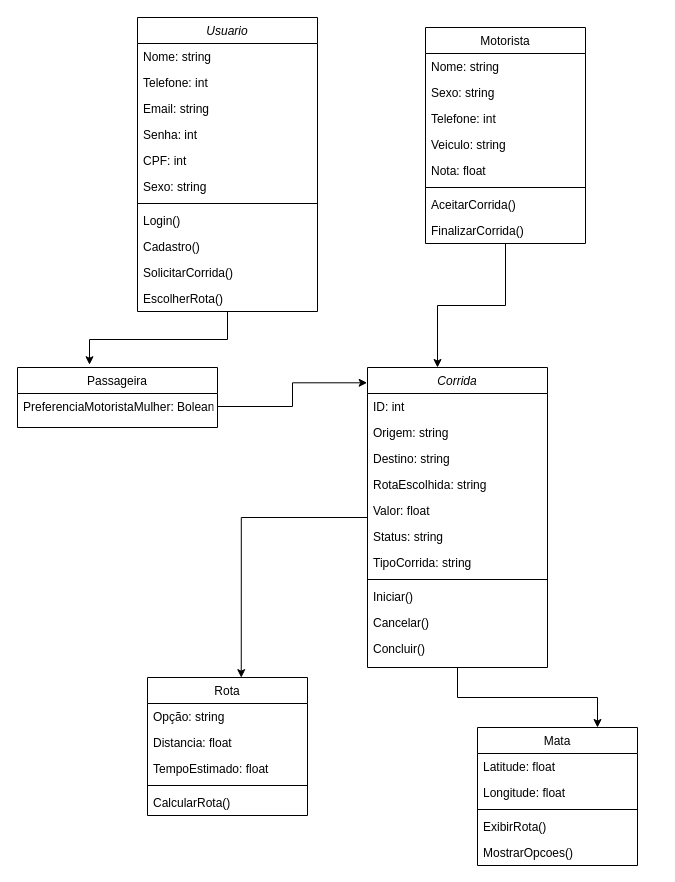
Above: documentos/Entrega 1/POO e Estrutura de Dados/DiagramUber.drawio in 2025-1-NCC3/Projeto10 (draw.io), before the change. Source tidied: cells renumbered, new cells numbered last; positions are measured from the earlier drawing's top-left corner, leaving out a move shared by most shapes. Both pictures are drawn from the tidied source at 100%, with x=0, y=0 at pixel (17, 17).
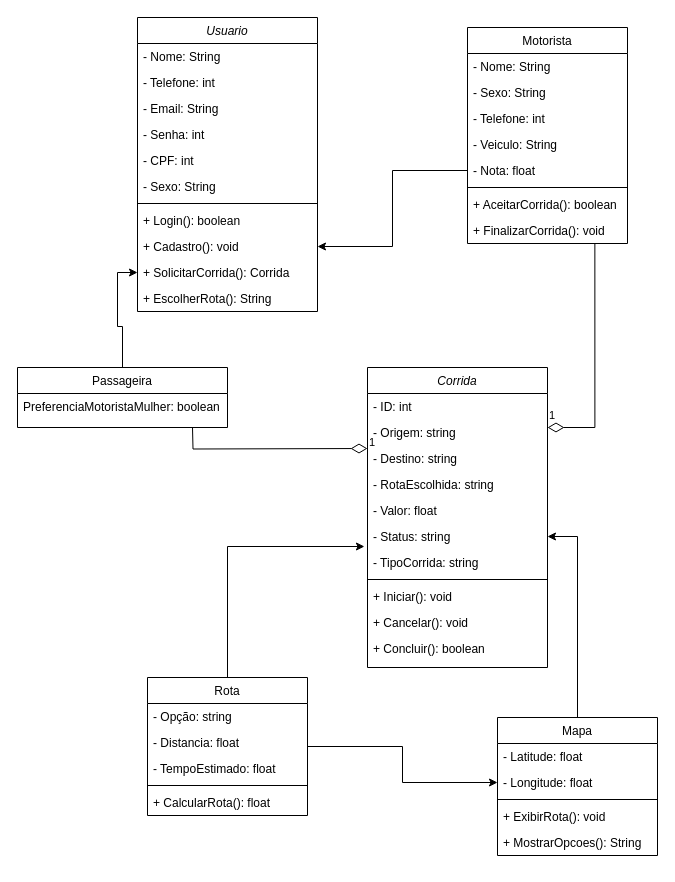
The same diagram, later.

Unchanged cells that the change refers to:
```xml
<mxCell id="2" value="Usuario" style="swimlane;fontStyle=2;align=center;verticalAlign=top;horizontal=1;startSize=26;rounded=0;shadow=0;strokeWidth=1;" parent="1" vertex="1">
  <mxGeometry x="120" width="180" height="294" as="geometry" />
</mxCell>
<mxCell id="16" value="Rota" style="swimlane;fontStyle=0;align=center;verticalAlign=top;horizontal=1;startSize=26;rounded=0;shadow=0;strokeWidth=1;" parent="1" vertex="1">
  <mxGeometry x="130" y="660" width="160" height="138" as="geometry" />
</mxCell>
<mxCell id="33" value="Corrida" style="swimlane;fontStyle=2;align=center;verticalAlign=top;horizontal=1;startSize=26;rounded=0;shadow=0;strokeWidth=1;" parent="1" vertex="1">
  <mxGeometry x="350" y="350" width="180" height="300" as="geometry" />
</mxCell>
```

The edit, as a diff of the source:
```diff
@@
-    <mxCell id="3" value="Nome: string" style="text;align=left;verticalAlign=top;spacingLeft=4;spacingRight=4;overflow=hidden;" parent="2" vertex="1">
+    <mxCell id="3" value="- Nome: String" style="text;align=left;verticalAlign=top;spacingLeft=4;spacingRight=4;overflow=hidden;" parent="2" vertex="1">
       <mxGeometry y="26" width="180" height="26" as="geometry" />
     </mxCell>
-    <mxCell id="4" value="Telefone: int" style="text;align=left;verticalAlign=top;spacingLeft=4;spacingRight=4;overflow=hidden;rounded=0;shadow=0;html=0;" parent="2" vertex="1">
+    <mxCell id="4" value="- Telefone: int" style="text;align=left;verticalAlign=top;spacingLeft=4;spacingRight=4;overflow=hidden;rounded=0;shadow=0;html=0;" parent="2" vertex="1">
       <mxGeometry y="52" width="180" height="26" as="geometry" />
     </mxCell>
-    <mxCell id="5" value="Email: string" style="text;align=left;verticalAlign=top;spacingLeft=4;spacingRight=4;overflow=hidden;rounded=0;shadow=0;html=0;" parent="2" vertex="1">
+    <mxCell id="5" value="- Email: String" style="text;align=left;verticalAlign=top;spacingLeft=4;spacingRight=4;overflow=hidden;rounded=0;shadow=0;html=0;" parent="2" vertex="1">
       <mxGeometry y="78" width="180" height="26" as="geometry" />
     </mxCell>
-    <mxCell id="6" value="Senha: int" style="text;align=left;verticalAlign=top;spacingLeft=4;spacingRight=4;overflow=hidden;" parent="2" vertex="1">
+    <mxCell id="6" value="- Senha: int" style="text;align=left;verticalAlign=top;spacingLeft=4;spacingRight=4;overflow=hidden;" parent="2" vertex="1">
       <mxGeometry y="104" width="180" height="26" as="geometry" />
     </mxCell>
-    <mxCell id="7" value="CPF: int" style="text;align=left;verticalAlign=top;spacingLeft=4;spacingRight=4;overflow=hidden;" parent="2" vertex="1">
+    <mxCell id="7" value="- CPF: int" style="text;align=left;verticalAlign=top;spacingLeft=4;spacingRight=4;overflow=hidden;" parent="2" vertex="1">
       <mxGeometry y="130" width="180" height="26" as="geometry" />
     </mxCell>
-    <mxCell id="8" value="Sexo: string" style="text;align=left;verticalAlign=top;spacingLeft=4;spacingRight=4;overflow=hidden;" parent="2" vertex="1">
+    <mxCell id="8" value="- Sexo: String" style="text;align=left;verticalAlign=top;spacingLeft=4;spacingRight=4;overflow=hidden;" parent="2" vertex="1">
       <mxGeometry y="156" width="180" height="26" as="geometry" />
     </mxCell>
@@
-    <mxCell id="10" value="Login()" style="text;align=left;verticalAlign=top;spacingLeft=4;spacingRight=4;overflow=hidden;" parent="2" vertex="1">
+    <mxCell id="10" value="+ Login(): boolean" style="text;align=left;verticalAlign=top;spacingLeft=4;spacingRight=4;overflow=hidden;" parent="2" vertex="1">
       <mxGeometry y="190" width="180" height="26" as="geometry" />
     </mxCell>
-    <mxCell id="11" value="Cadastro()" style="text;align=left;verticalAlign=top;spacingLeft=4;spacingRight=4;overflow=hidden;points=[[0,0.5],[1,0.5]];portConstraint=eastwest;" parent="2" vertex="1">
+    <mxCell id="11" value="+ Cadastro(): void" style="text;align=left;verticalAlign=top;spacingLeft=4;spacingRight=4;overflow=hidden;points=[[0,0.5],[1,0.5]];portConstraint=eastwest;" parent="2" vertex="1">
       <mxGeometry y="216" width="180" height="26" as="geometry" />
     </mxCell>
-    <mxCell id="12" value="SolicitarCorrida()" style="text;align=left;verticalAlign=top;spacingLeft=4;spacingRight=4;overflow=hidden;points=[[0,0.5],[1,0.5]];portConstraint=eastwest;" parent="2" vertex="1">
+    <mxCell id="12" value="+ SolicitarCorrida(): Corrida" style="text;align=left;verticalAlign=top;spacingLeft=4;spacingRight=4;overflow=hidden;points=[[0,0.5],[1,0.5]];portConstraint=eastwest;" parent="2" vertex="1">
       <mxGeometry y="242" width="180" height="26" as="geometry" />
     </mxCell>
-    <mxCell id="13" value="EscolherRota()" style="text;align=left;verticalAlign=top;spacingLeft=4;spacingRight=4;overflow=hidden;" parent="2" vertex="1">
+    <mxCell id="13" value="+ EscolherRota(): String" style="text;align=left;verticalAlign=top;spacingLeft=4;spacingRight=4;overflow=hidden;" parent="2" vertex="1">
       <mxGeometry y="268" width="180" height="26" as="geometry" />
     </mxCell>
+    <mxCell id="54" style="edgeStyle=orthogonalEdgeStyle;rounded=0;jettySize=auto;html=1;entryX=0;entryY=0.5;entryDx=0;entryDy=0;" parent="1" edge="1" source="14" target="12">
+      <mxGeometry relative="1" as="geometry" />
+    </mxCell>
     <mxCell id="14" value="Passageira" style="swimlane;fontStyle=0;align=center;verticalAlign=top;horizontal=1;startSize=26;rounded=0;shadow=0;strokeWidth=1;" parent="1" vertex="1">
-      <mxGeometry y="350" width="200" height="60" as="geometry" />
+      <mxGeometry y="350" width="210" height="60" as="geometry" />
     </mxCell>
-    <mxCell id="15" value="PreferenciaMotoristaMulher: Bolean" style="text;align=left;verticalAlign=top;spacingLeft=4;spacingRight=4;overflow=hidden;points=[[0,0.5],[1,0.5]];portConstraint=eastwest;" parent="14" vertex="1">
-      <mxGeometry y="26" width="200" height="26" as="geometry" />
+    <mxCell id="15" value="PreferenciaMotoristaMulher: boolean" style="text;align=left;verticalAlign=top;spacingLeft=4;spacingRight=4;overflow=hidden;points=[[0,0.5],[1,0.5]];portConstraint=eastwest;" parent="14" vertex="1">
+      <mxGeometry y="26" width="210" height="26" as="geometry" />
     </mxCell>
+    <mxCell id="55" style="edgeStyle=orthogonalEdgeStyle;rounded=0;jettySize=auto;html=1;entryX=0;entryY=0.5;entryDx=0;entryDy=0;" parent="1" edge="1" source="16" target="50">
+      <mxGeometry relative="1" as="geometry" />
+    </mxCell>
@@
-    <mxCell id="17" value="Opção: string" style="text;align=left;verticalAlign=top;spacingLeft=4;spacingRight=4;overflow=hidden;" parent="16" vertex="1">
+    <mxCell id="17" value="- Opção: string" style="text;align=left;verticalAlign=top;spacingLeft=4;spacingRight=4;overflow=hidden;" parent="16" vertex="1">
       <mxGeometry y="26" width="160" height="26" as="geometry" />
     </mxCell>
-    <mxCell id="18" value="Distancia: float" style="text;align=left;verticalAlign=top;spacingLeft=4;spacingRight=4;overflow=hidden;" parent="16" vertex="1">
+    <mxCell id="18" value="- Distancia: float" style="text;align=left;verticalAlign=top;spacingLeft=4;spacingRight=4;overflow=hidden;" parent="16" vertex="1">
       <mxGeometry y="52" width="160" height="26" as="geometry" />
     </mxCell>
-    <mxCell id="19" value="TempoEstimado: float" style="text;align=left;verticalAlign=top;spacingLeft=4;spacingRight=4;overflow=hidden;" parent="16" vertex="1">
+    <mxCell id="19" value="- TempoEstimado: float" style="text;align=left;verticalAlign=top;spacingLeft=4;spacingRight=4;overflow=hidden;" parent="16" vertex="1">
       <mxGeometry y="78" width="160" height="26" as="geometry" />
     </mxCell>
@@
-    <mxCell id="21" value="CalcularRota()" style="text;align=left;verticalAlign=top;spacingLeft=4;spacingRight=4;overflow=hidden;" parent="16" vertex="1">
+    <mxCell id="21" value="+ CalcularRota(): float" style="text;align=left;verticalAlign=top;spacingLeft=4;spacingRight=4;overflow=hidden;" parent="16" vertex="1">
       <mxGeometry y="112" width="160" height="26" as="geometry" />
     </mxCell>
     <mxCell id="22" value="Motorista" style="swimlane;fontStyle=0;align=center;verticalAlign=top;horizontal=1;startSize=26;rounded=0;shadow=0;strokeWidth=1;" parent="1" vertex="1">
-      <mxGeometry x="408" y="10" width="160" height="216" as="geometry" />
+      <mxGeometry x="450" y="10" width="160" height="216" as="geometry" />
     </mxCell>
-    <mxCell id="23" value="Nome: string" style="text;align=left;verticalAlign=top;spacingLeft=4;spacingRight=4;overflow=hidden;" parent="22" vertex="1">
+    <mxCell id="23" value="- Nome: String" style="text;align=left;verticalAlign=top;spacingLeft=4;spacingRight=4;overflow=hidden;" parent="22" vertex="1">
       <mxGeometry y="26" width="160" height="26" as="geometry" />
     </mxCell>
-    <mxCell id="24" value="Sexo: string" style="text;align=left;verticalAlign=top;spacingLeft=4;spacingRight=4;overflow=hidden;rounded=0;shadow=0;html=0;" parent="22" vertex="1">
+    <mxCell id="24" value="- Sexo: String" style="text;align=left;verticalAlign=top;spacingLeft=4;spacingRight=4;overflow=hidden;rounded=0;shadow=0;html=0;" parent="22" vertex="1">
       <mxGeometry y="52" width="160" height="26" as="geometry" />
     </mxCell>
-    <mxCell id="25" value="Telefone: int" style="text;align=left;verticalAlign=top;spacingLeft=4;spacingRight=4;overflow=hidden;rounded=0;shadow=0;html=0;" parent="22" vertex="1">
+    <mxCell id="25" value="- Telefone: int" style="text;align=left;verticalAlign=top;spacingLeft=4;spacingRight=4;overflow=hidden;rounded=0;shadow=0;html=0;" parent="22" vertex="1">
       <mxGeometry y="78" width="160" height="26" as="geometry" />
     </mxCell>
-    <mxCell id="26" value="Veiculo: string" style="text;align=left;verticalAlign=top;spacingLeft=4;spacingRight=4;overflow=hidden;rounded=0;shadow=0;html=0;" parent="22" vertex="1">
+    <mxCell id="26" value="- Veiculo: String" style="text;align=left;verticalAlign=top;spacingLeft=4;spacingRight=4;overflow=hidden;rounded=0;shadow=0;html=0;" parent="22" vertex="1">
       <mxGeometry y="104" width="160" height="26" as="geometry" />
     </mxCell>
-    <mxCell id="27" value="Nota: float" style="text;align=left;verticalAlign=top;spacingLeft=4;spacingRight=4;overflow=hidden;points=[[0,0.5],[1,0.5]];portConstraint=eastwest;rounded=0;shadow=0;html=0;" parent="22" vertex="1">
+    <mxCell id="27" value="- Nota: float" style="text;align=left;verticalAlign=top;spacingLeft=4;spacingRight=4;overflow=hidden;points=[[0,0.5],[1,0.5]];portConstraint=eastwest;rounded=0;shadow=0;html=0;" parent="22" vertex="1">
       <mxGeometry y="130" width="160" height="26" as="geometry" />
     </mxCell>
@@
-    <mxCell id="29" value="AceitarCorrida()" style="text;align=left;verticalAlign=top;spacingLeft=4;spacingRight=4;overflow=hidden;" parent="22" vertex="1">
+    <mxCell id="29" value="+ AceitarCorrida(): boolean" style="text;align=left;verticalAlign=top;spacingLeft=4;spacingRight=4;overflow=hidden;" parent="22" vertex="1">
       <mxGeometry y="164" width="160" height="26" as="geometry" />
     </mxCell>
-    <mxCell id="30" value="FinalizarCorrida()" style="text;align=left;verticalAlign=top;spacingLeft=4;spacingRight=4;overflow=hidden;points=[[0,0.5],[1,0.5]];portConstraint=eastwest;" parent="22" vertex="1">
+    <mxCell id="30" value="+ FinalizarCorrida(): void" style="text;align=left;verticalAlign=top;spacingLeft=4;spacingRight=4;overflow=hidden;points=[[0,0.5],[1,0.5]];portConstraint=eastwest;" parent="22" vertex="1">
       <mxGeometry y="190" width="160" height="26" as="geometry" />
     </mxCell>
-    <mxCell id="31" style="edgeStyle=orthogonalEdgeStyle;rounded=0;jettySize=auto;html=1;entryX=0.36;entryY=-0.046;entryDx=0;entryDy=0;entryPerimeter=0;" parent="1" edge="1" source="2" target="14">
-      <mxGeometry relative="1" as="geometry" />
-    </mxCell>
-    <mxCell id="32" style="edgeStyle=orthogonalEdgeStyle;rounded=0;jettySize=auto;html=1;entryX=0.75;entryY=0;entryDx=0;entryDy=0;" parent="1" edge="1" source="33" target="48">
-      <mxGeometry relative="1" as="geometry" />
-    </mxCell>
@@
-    <mxCell id="34" value="ID: int" style="text;align=left;verticalAlign=top;spacingLeft=4;spacingRight=4;overflow=hidden;" parent="33" vertex="1">
+    <mxCell id="34" value="- ID: int" style="text;align=left;verticalAlign=top;spacingLeft=4;spacingRight=4;overflow=hidden;" parent="33" vertex="1">
       <mxGeometry y="26" width="180" height="26" as="geometry" />
     </mxCell>
-    <mxCell id="35" value="Origem: string" style="text;align=left;verticalAlign=top;spacingLeft=4;spacingRight=4;overflow=hidden;points=[[0,0.5],[1,0.5]];portConstraint=eastwest;rounded=0;shadow=0;html=0;" parent="33" vertex="1">
+    <mxCell id="35" value="- Origem: string" style="text;align=left;verticalAlign=top;spacingLeft=4;spacingRight=4;overflow=hidden;points=[[0,0.5],[1,0.5]];portConstraint=eastwest;rounded=0;shadow=0;html=0;" parent="33" vertex="1">
       <mxGeometry y="52" width="180" height="26" as="geometry" />
     </mxCell>
-    <mxCell id="36" value="Destino: string" style="text;align=left;verticalAlign=top;spacingLeft=4;spacingRight=4;overflow=hidden;rounded=0;shadow=0;html=0;" parent="33" vertex="1">
+    <mxCell id="36" value="- Destino: string" style="text;align=left;verticalAlign=top;spacingLeft=4;spacingRight=4;overflow=hidden;rounded=0;shadow=0;html=0;" parent="33" vertex="1">
       <mxGeometry y="78" width="180" height="26" as="geometry" />
     </mxCell>
-    <mxCell id="37" value="RotaEscolhida: string" style="text;align=left;verticalAlign=top;spacingLeft=4;spacingRight=4;overflow=hidden;" parent="33" vertex="1">
+    <mxCell id="37" value="- RotaEscolhida: string" style="text;align=left;verticalAlign=top;spacingLeft=4;spacingRight=4;overflow=hidden;" parent="33" vertex="1">
       <mxGeometry y="104" width="180" height="26" as="geometry" />
     </mxCell>
-    <mxCell id="38" value="Valor: float" style="text;align=left;verticalAlign=top;spacingLeft=4;spacingRight=4;overflow=hidden;" parent="33" vertex="1">
+    <mxCell id="38" value="- Valor: float" style="text;align=left;verticalAlign=top;spacingLeft=4;spacingRight=4;overflow=hidden;" parent="33" vertex="1">
       <mxGeometry y="130" width="180" height="26" as="geometry" />
     </mxCell>
-    <mxCell id="39" value="Status: string" style="text;align=left;verticalAlign=top;spacingLeft=4;spacingRight=4;overflow=hidden;points=[[0,0.5],[1,0.5]];portConstraint=eastwest;" parent="33" vertex="1">
+    <mxCell id="39" value="- Status: string" style="text;align=left;verticalAlign=top;spacingLeft=4;spacingRight=4;overflow=hidden;points=[[0,0.5],[1,0.5]];portConstraint=eastwest;" parent="33" vertex="1">
       <mxGeometry y="156" width="180" height="26" as="geometry" />
     </mxCell>
-    <mxCell id="40" value="TipoCorrida: string" style="text;align=left;verticalAlign=top;spacingLeft=4;spacingRight=4;overflow=hidden;points=[[0,0.5],[1,0.5]];portConstraint=eastwest;" parent="33" vertex="1">
+    <mxCell id="40" value="- TipoCorrida: string" style="text;align=left;verticalAlign=top;spacingLeft=4;spacingRight=4;overflow=hidden;points=[[0,0.5],[1,0.5]];portConstraint=eastwest;" parent="33" vertex="1">
       <mxGeometry y="182" width="180" height="26" as="geometry" />
     </mxCell>
@@
-    <mxCell id="42" value="Iniciar()" style="text;align=left;verticalAlign=top;spacingLeft=4;spacingRight=4;overflow=hidden;" parent="33" vertex="1">
+    <mxCell id="42" value="+ Iniciar(): void" style="text;align=left;verticalAlign=top;spacingLeft=4;spacingRight=4;overflow=hidden;" parent="33" vertex="1">
       <mxGeometry y="216" width="180" height="26" as="geometry" />
     </mxCell>
-    <mxCell id="43" value="Cancelar()" style="text;align=left;verticalAlign=top;spacingLeft=4;spacingRight=4;overflow=hidden;" parent="33" vertex="1">
+    <mxCell id="43" value="+ Cancelar(): void" style="text;align=left;verticalAlign=top;spacingLeft=4;spacingRight=4;overflow=hidden;" parent="33" vertex="1">
       <mxGeometry y="242" width="180" height="26" as="geometry" />
     </mxCell>
-    <mxCell id="44" value="Concluir()" style="text;align=left;verticalAlign=top;spacingLeft=4;spacingRight=4;overflow=hidden;" parent="33" vertex="1">
+    <mxCell id="44" value="+ Concluir(): boolean" style="text;align=left;verticalAlign=top;spacingLeft=4;spacingRight=4;overflow=hidden;" parent="33" vertex="1">
       <mxGeometry y="268" width="180" height="26" as="geometry" />
     </mxCell>
-    <mxCell id="45" style="edgeStyle=orthogonalEdgeStyle;rounded=0;jettySize=auto;html=1;entryX=-0.002;entryY=0.051;entryDx=0;entryDy=0;entryPerimeter=0;" parent="1" edge="1" source="15" target="33">
-      <mxGeometry relative="1" as="geometry" />
-    </mxCell>
-    <mxCell id="46" style="edgeStyle=orthogonalEdgeStyle;rounded=0;jettySize=auto;html=1;entryX=0.389;entryY=0;entryDx=0;entryDy=0;entryPerimeter=0;" parent="1" edge="1" source="22" target="33">
-      <mxGeometry relative="1" as="geometry" />
-    </mxCell>
-    <mxCell id="47" style="edgeStyle=orthogonalEdgeStyle;rounded=0;jettySize=auto;html=1;entryX=0.586;entryY=0.001;entryDx=0;entryDy=0;entryPerimeter=0;" parent="1" edge="1" source="33" target="16">
-      <mxGeometry relative="1" as="geometry" />
-    </mxCell>
+    <mxCell id="56" style="edgeStyle=orthogonalEdgeStyle;rounded=0;jettySize=auto;html=1;entryX=1;entryY=0.5;entryDx=0;entryDy=0;" parent="1" edge="1" source="48" target="39">
+      <mxGeometry relative="1" as="geometry" />
+    </mxCell>
-    <mxCell id="48" value="Mata" style="swimlane;fontStyle=0;align=center;verticalAlign=top;horizontal=1;startSize=26;rounded=0;shadow=0;strokeWidth=1;" parent="1" vertex="1">
-      <mxGeometry x="460" y="710" width="160" height="138" as="geometry" />
+    <mxCell id="48" value="Mapa" style="swimlane;fontStyle=0;align=center;verticalAlign=top;horizontal=1;startSize=26;rounded=0;shadow=0;strokeWidth=1;" parent="1" vertex="1">
+      <mxGeometry x="480" y="700" width="160" height="138" as="geometry" />
     </mxCell>
-    <mxCell id="49" value="Latitude: float" style="text;align=left;verticalAlign=top;spacingLeft=4;spacingRight=4;overflow=hidden;" parent="48" vertex="1">
+    <mxCell id="49" value="- Latitude: float" style="text;align=left;verticalAlign=top;spacingLeft=4;spacingRight=4;overflow=hidden;" parent="48" vertex="1">
       <mxGeometry y="26" width="160" height="26" as="geometry" />
     </mxCell>
-    <mxCell id="50" value="Longitude: float" style="text;align=left;verticalAlign=top;spacingLeft=4;spacingRight=4;overflow=hidden;points=[[0,0.5],[1,0.5]];portConstraint=eastwest;" parent="48" vertex="1">
+    <mxCell id="50" value="- Longitude: float" style="text;align=left;verticalAlign=top;spacingLeft=4;spacingRight=4;overflow=hidden;points=[[0,0.5],[1,0.5]];portConstraint=eastwest;" parent="48" vertex="1">
       <mxGeometry y="52" width="160" height="26" as="geometry" />
     </mxCell>
@@
-    <mxCell id="52" value="ExibirRota()" style="text;align=left;verticalAlign=top;spacingLeft=4;spacingRight=4;overflow=hidden;" parent="48" vertex="1">
+    <mxCell id="52" value="+ ExibirRota(): void" style="text;align=left;verticalAlign=top;spacingLeft=4;spacingRight=4;overflow=hidden;" parent="48" vertex="1">
       <mxGeometry y="86" width="160" height="26" as="geometry" />
     </mxCell>
-    <mxCell id="53" value="MostrarOpcoes()" style="text;align=left;verticalAlign=top;spacingLeft=4;spacingRight=4;overflow=hidden;" parent="48" vertex="1">
+    <mxCell id="53" value="+ MostrarOpcoes(): String" style="text;align=left;verticalAlign=top;spacingLeft=4;spacingRight=4;overflow=hidden;" parent="48" vertex="1">
       <mxGeometry y="112" width="160" height="26" as="geometry" />
     </mxCell>
+    <mxCell id="57" style="edgeStyle=orthogonalEdgeStyle;rounded=0;jettySize=auto;html=1;entryX=1;entryY=0.5;entryDx=0;entryDy=0;" parent="1" edge="1" source="27" target="11">
+      <mxGeometry relative="1" as="geometry" />
+    </mxCell>
+    <mxCell id="58" value="1" style="endArrow=none;html=1;endSize=12;startArrow=diamondThin;startSize=14;startFill=0;edgeStyle=orthogonalEdgeStyle;align=left;verticalAlign=bottom;rounded=0;exitX=0;exitY=0.5;exitDx=0;exitDy=0;endFill=0;" parent="1" edge="1">
+      <mxGeometry x="-1" y="3" relative="1" as="geometry">
+        <mxPoint x="350" y="431" as="sourcePoint" />
+        <mxPoint x="175" y="410" as="targetPoint" />
+      </mxGeometry>
+    </mxCell>
+    <mxCell id="59" style="edgeStyle=orthogonalEdgeStyle;rounded=0;jettySize=auto;html=1;entryX=-0.017;entryY=-0.115;entryDx=0;entryDy=0;entryPerimeter=0;" parent="1" edge="1" source="16" target="40">
+      <mxGeometry relative="1" as="geometry" />
+    </mxCell>
+    <mxCell id="60" value="1" style="endArrow=none;html=1;endSize=12;startArrow=diamondThin;startSize=14;startFill=0;edgeStyle=orthogonalEdgeStyle;align=left;verticalAlign=bottom;rounded=0;exitX=1;exitY=0.308;exitDx=0;exitDy=0;exitPerimeter=0;entryX=0.796;entryY=1;entryDx=0;entryDy=0;entryPerimeter=0;endFill=0;" parent="1" edge="1" source="35" target="30">
+      <mxGeometry x="-1" y="3" relative="1" as="geometry" />
+    </mxCell>
```
